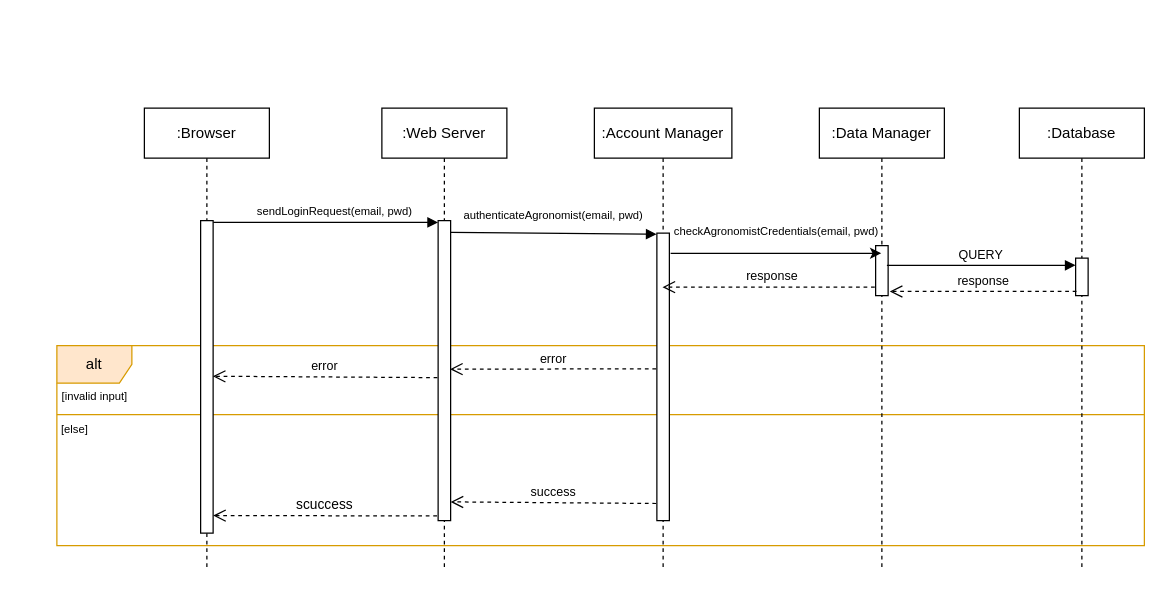
The draw.io diagram page "A-login" (11 of 18) of DD/UML/Runtime.drawio in ictar/DREAM-SE2-Project-2022, before the edit. Source tidied: cells renumbered, new cells numbered last; positions are measured from the earlier drawing's top-left corner, leaving out a move shared by most shapes. Both pictures are drawn from the tidied source at 125%, with x=0, y=0 at pixel (21, 108).
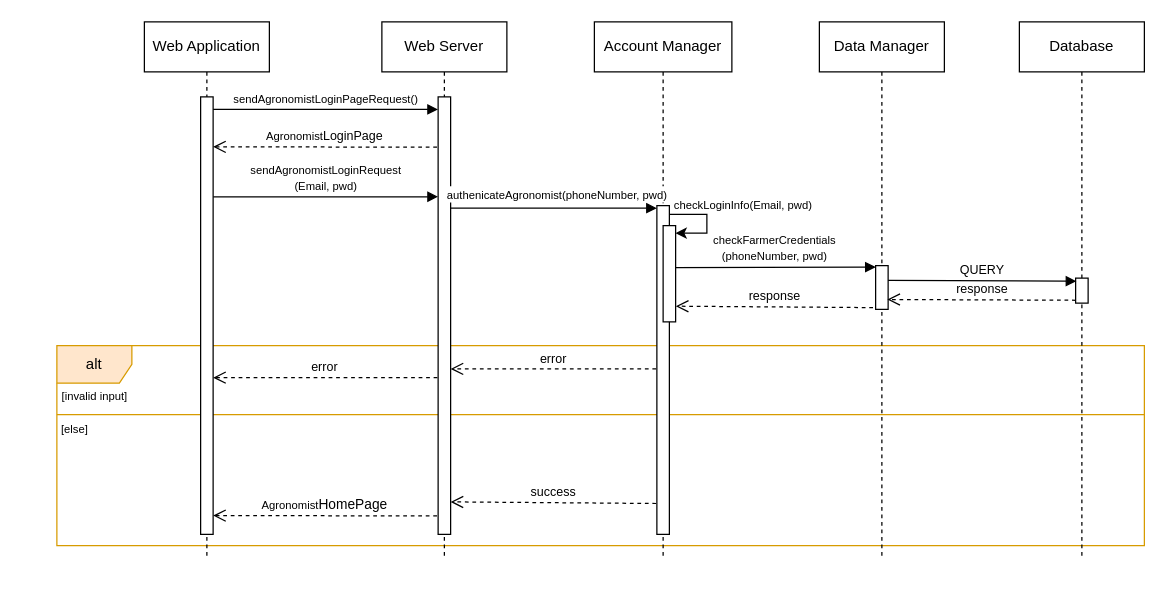
Above is the later version.

What changed in the source:
```diff
@@
-    <mxCell id="4" value=":Browser" style="shape=umlLifeline;perimeter=lifelinePerimeter;whiteSpace=wrap;html=1;" parent="1" vertex="1">
-      <mxGeometry x="98" width="100" height="370" as="geometry" />
-    </mxCell>
-    <mxCell id="5" value=":Web Server" style="shape=umlLifeline;perimeter=lifelinePerimeter;whiteSpace=wrap;html=1;" parent="1" vertex="1">
-      <mxGeometry x="288" width="100" height="370" as="geometry" />
-    </mxCell>
-    <mxCell id="6" style="html=1;points=[];perimeter=orthogonalPerimeter;" parent="5" vertex="1">
-      <mxGeometry x="45" y="90" width="10" height="240" as="geometry" />
-    </mxCell>
-    <mxCell id="7" value="&lt;font style=&quot;font-size: 9px&quot;&gt;sendLoginRequest(&lt;span class=&quot;NormalTextRun SCXW121076828 BCX0&quot; style=&quot;margin: 0px ; padding: 0px ; font-family: &amp;#34;dengxian&amp;#34; , &amp;#34;dengxian_embeddedfont&amp;#34; , &amp;#34;dengxian_msfontservice&amp;#34; , sans-serif ; text-align: left&quot;&gt;email,&amp;nbsp;&lt;/span&gt;&lt;span class=&quot;NormalTextRun SpellingErrorV2 SCXW121076828 BCX0 DefaultHighlightTransition&quot; style=&quot;margin: 0px ; padding: 0px ; transition: all 0.1s linear 0s ; background-repeat: repeat-x ; background-position: left bottom ; border-bottom: 1px solid transparent ; font-family: &amp;#34;dengxian&amp;#34; , &amp;#34;dengxian_embeddedfont&amp;#34; , &amp;#34;dengxian_msfontservice&amp;#34; , sans-serif ; text-align: left&quot;&gt;pwd&lt;/span&gt;)&lt;/font&gt;" style="html=1;verticalAlign=bottom;endArrow=block;rounded=0;entryX=-0.005;entryY=0.006;entryDx=0;entryDy=0;entryPerimeter=0;" parent="1" edge="1" source="9" target="6">
-      <mxGeometry x="0.08" relative="1" as="geometry" />
-    </mxCell>
-    <mxCell id="8" value="scuccess" style="html=1;verticalAlign=bottom;endArrow=open;dashed=1;endSize=8;exitX=-0.09;exitY=0.822;rounded=0;exitDx=0;exitDy=0;exitPerimeter=0;" parent="1" edge="1">
-      <mxGeometry relative="1" as="geometry">
-        <mxPoint x="332.1" y="326.2" as="sourcePoint" />
-        <mxPoint x="153" y="326" as="targetPoint" />
-      </mxGeometry>
-    </mxCell>
-    <mxCell id="9" style="html=1;points=[];perimeter=orthogonalPerimeter;" parent="1" vertex="1">
-      <mxGeometry x="143" y="90" width="10" height="250" as="geometry" />
-    </mxCell>
+    <mxCell id="28" value="Web Application" style="shape=umlLifeline;perimeter=lifelinePerimeter;whiteSpace=wrap;html=1;" parent="1" vertex="1">
+      <mxGeometry x="98" y="-69" width="100" height="430" as="geometry" />
+    </mxCell>
+    <mxCell id="29" value="Web Server" style="shape=umlLifeline;perimeter=lifelinePerimeter;whiteSpace=wrap;html=1;" parent="1" vertex="1">
+      <mxGeometry x="288" y="-69" width="100" height="430" as="geometry" />
+    </mxCell>
+    <mxCell id="30" style="html=1;points=[];perimeter=orthogonalPerimeter;" parent="29" vertex="1">
+      <mxGeometry x="45" y="60" width="10" height="350" as="geometry" />
+    </mxCell>
+    <mxCell id="31" value="&lt;font style=&quot;font-size: 9px&quot;&gt;send&lt;span&gt;Agronomist&lt;/span&gt;LoginRequest&lt;br&gt;(Email, pwd)&lt;/font&gt;" style="html=1;verticalAlign=bottom;endArrow=block;rounded=0;entryX=-0.005;entryY=0.006;entryDx=0;entryDy=0;entryPerimeter=0;" parent="1" edge="1">
+      <mxGeometry relative="1" as="geometry">
+        <mxPoint x="153" y="70.9" as="sourcePoint" />
+        <mxPoint x="332.9" y="70.9" as="targetPoint" />
+      </mxGeometry>
+    </mxCell>
+    <mxCell id="32" value="&lt;span style=&quot;font-size: 9px&quot;&gt;Agronomist&lt;/span&gt;HomePage" style="html=1;verticalAlign=bottom;endArrow=open;dashed=1;endSize=8;exitX=-0.09;exitY=0.822;rounded=0;exitDx=0;exitDy=0;exitPerimeter=0;" parent="1" edge="1">
+      <mxGeometry relative="1" as="geometry">
+        <mxPoint x="332.1" y="326.2" as="sourcePoint" />
+        <mxPoint x="153" y="326" as="targetPoint" />
+      </mxGeometry>
+    </mxCell>
+    <mxCell id="33" style="html=1;perimeter=orthogonalPerimeter;" parent="1" vertex="1">
+      <mxGeometry x="143" y="-9" width="10" height="350" as="geometry" />
+    </mxCell>
@@
-    <mxCell id="11" value=":Account Manager" style="shape=umlLifeline;perimeter=lifelinePerimeter;whiteSpace=wrap;html=1;outlineConnect=0;" parent="1" vertex="1">
-      <mxGeometry x="458" width="110" height="370" as="geometry" />
-    </mxCell>
-    <mxCell id="12" style="html=1;points=[];perimeter=orthogonalPerimeter;" parent="11" vertex="1">
-      <mxGeometry x="50" y="100" width="10" height="230" as="geometry" />
-    </mxCell>
-    <mxCell id="13" value=":Data Manager" style="shape=umlLifeline;perimeter=lifelinePerimeter;whiteSpace=wrap;html=1;outlineConnect=0;" parent="1" vertex="1">
-      <mxGeometry x="638" width="100" height="370" as="geometry" />
-    </mxCell>
-    <mxCell id="14" style="html=1;points=[];perimeter=orthogonalPerimeter;" parent="13" vertex="1">
-      <mxGeometry x="45" y="110" width="10" height="40" as="geometry" />
-    </mxCell>
-    <mxCell id="15" value=":Database" style="shape=umlLifeline;perimeter=lifelinePerimeter;whiteSpace=wrap;html=1;" parent="1" vertex="1">
-      <mxGeometry x="798" width="100" height="370" as="geometry" />
-    </mxCell>
-    <mxCell id="16" style="html=1;points=[];perimeter=orthogonalPerimeter;" parent="15" vertex="1">
-      <mxGeometry x="45" y="120" width="10" height="30" as="geometry" />
-    </mxCell>
-    <mxCell id="17" style="html=1;verticalAlign=bottom;endArrow=block;rounded=0;entryX=-0.021;entryY=0.004;entryDx=0;entryDy=0;entryPerimeter=0;exitX=0.997;exitY=0.039;exitDx=0;exitDy=0;exitPerimeter=0;" parent="1" edge="1" source="6" target="12">
-      <mxGeometry x="-0.21" y="10" relative="1" as="geometry" />
-    </mxCell>
-    <mxCell id="18" value="&lt;span style=&quot;color: rgb(0 , 0 , 0) ; font-family: &amp;#34;helvetica&amp;#34; ; font-style: normal ; font-weight: 400 ; letter-spacing: normal ; text-align: center ; text-indent: 0px ; text-transform: none ; word-spacing: 0px ; background-color: rgb(255 , 255 , 255) ; display: inline ; float: none&quot;&gt;&lt;font style=&quot;font-size: 9px&quot;&gt;checkAgronomistCredentials(&lt;span class=&quot;NormalTextRun SCXW121076828 BCX0&quot; style=&quot;margin: 0px ; padding: 0px ; font-family: &amp;#34;dengxian&amp;#34; , &amp;#34;dengxian_embeddedfont&amp;#34; , &amp;#34;dengxian_msfontservice&amp;#34; , sans-serif ; text-align: left&quot;&gt;email,&amp;nbsp;&lt;/span&gt;&lt;span class=&quot;NormalTextRun SpellingErrorV2 SCXW121076828 BCX0 DefaultHighlightTransition&quot; style=&quot;margin: 0px ; padding: 0px ; transition: all 0.1s linear 0s ; background-repeat: repeat-x ; background-position: left bottom ; border-bottom: 1px solid transparent ; font-family: &amp;#34;dengxian&amp;#34; , &amp;#34;dengxian_embeddedfont&amp;#34; , &amp;#34;dengxian_msfontservice&amp;#34; , sans-serif ; text-align: left&quot;&gt;pwd&lt;/span&gt;&lt;span class=&quot;NormalTextRun SCXW121076828 BCX0&quot; style=&quot;margin: 0px ; padding: 0px ; font-family: &amp;#34;dengxian&amp;#34; , &amp;#34;dengxian_embeddedfont&amp;#34; , &amp;#34;dengxian_msfontservice&amp;#34; , sans-serif ; text-align: left&quot;&gt;)&lt;/span&gt;&lt;/font&gt;&lt;/span&gt;" style="text;whiteSpace=wrap;html=1;fontSize=9;" parent="1" vertex="1">
-      <mxGeometry x="520" y="87" width="168" height="20" as="geometry" />
-    </mxCell>
-    <mxCell id="19" value="&lt;font style=&quot;font-size: 10px&quot;&gt;response&lt;/font&gt;" style="html=1;verticalAlign=bottom;endArrow=open;dashed=1;endSize=8;rounded=0;entryX=1.133;entryY=0.917;entryDx=0;entryDy=0;entryPerimeter=0;exitX=0.067;exitY=0.889;exitDx=0;exitDy=0;exitPerimeter=0;" parent="1" edge="1" source="16" target="14">
-      <mxGeometry relative="1" as="geometry" />
-    </mxCell>
-    <mxCell id="20" value="&lt;font style=&quot;font-size: 10px&quot;&gt;response&lt;/font&gt;" style="html=1;verticalAlign=bottom;endArrow=open;dashed=1;endSize=8;rounded=0;exitX=-0.067;exitY=0.831;exitDx=0;exitDy=0;exitPerimeter=0;" parent="1" edge="1" source="14" target="11">
-      <mxGeometry x="-0.03" relative="1" as="geometry" />
-    </mxCell>
-    <mxCell id="21" value="&lt;font style=&quot;font-size: 10px&quot;&gt;error&lt;/font&gt;" style="html=1;verticalAlign=bottom;endArrow=open;dashed=1;endSize=8;rounded=0;exitX=-0.067;exitY=0.831;exitDx=0;exitDy=0;exitPerimeter=0;entryX=0.953;entryY=0.495;entryDx=0;entryDy=0;entryPerimeter=0;" parent="1" edge="1" target="6">
-      <mxGeometry relative="1" as="geometry">
-        <mxPoint x="507.4" y="208.6" as="sourcePoint" />
-      </mxGeometry>
-    </mxCell>
-    <mxCell id="22" value="&lt;font style=&quot;font-size: 10px&quot;&gt;error&lt;/font&gt;" style="html=1;verticalAlign=bottom;endArrow=open;dashed=1;endSize=8;rounded=0;exitX=-0.067;exitY=0.831;exitDx=0;exitDy=0;exitPerimeter=0;entryX=0.976;entryY=0.498;entryDx=0;entryDy=0;entryPerimeter=0;" parent="1" edge="1" target="9">
-      <mxGeometry relative="1" as="geometry">
-        <mxPoint x="332.4" y="215.6" as="sourcePoint" />
-      </mxGeometry>
-    </mxCell>
+    <mxCell id="34" value="Account Manager" style="shape=umlLifeline;perimeter=lifelinePerimeter;whiteSpace=wrap;html=1;" parent="1" vertex="1">
+      <mxGeometry x="458" y="-69" width="110" height="430" as="geometry" />
+    </mxCell>
+    <mxCell id="35" style="html=1;perimeter=orthogonalPerimeter;" parent="34" vertex="1">
+      <mxGeometry x="50" y="147" width="10" height="263" as="geometry" />
+    </mxCell>
+    <mxCell id="36" value="Data Manager" style="shape=umlLifeline;perimeter=lifelinePerimeter;whiteSpace=wrap;html=1;" parent="1" vertex="1">
+      <mxGeometry x="638" y="-69" width="100" height="430" as="geometry" />
+    </mxCell>
+    <mxCell id="37" style="html=1;points=[];perimeter=orthogonalPerimeter;" parent="36" vertex="1">
+      <mxGeometry x="45" y="195" width="10" height="35" as="geometry" />
+    </mxCell>
+    <mxCell id="38" value="Database" style="shape=umlLifeline;perimeter=lifelinePerimeter;whiteSpace=wrap;html=1;" parent="1" vertex="1">
+      <mxGeometry x="798" y="-69" width="100" height="430" as="geometry" />
+    </mxCell>
+    <mxCell id="39" style="html=1;points=[];perimeter=orthogonalPerimeter;" parent="38" vertex="1">
+      <mxGeometry x="45" y="205" width="10" height="20" as="geometry" />
+    </mxCell>
+    <mxCell id="40" value="&lt;font style=&quot;font-size: 9px&quot;&gt;&lt;font style=&quot;font-size: 9px&quot;&gt;authenicate&lt;span&gt;Agronomist&lt;/span&gt;(phoneNumber, pwd&lt;/font&gt;&lt;font style=&quot;font-size: 9px&quot;&gt;)&lt;/font&gt;&lt;/font&gt;" style="html=1;verticalAlign=bottom;endArrow=block;rounded=0;" parent="1" edge="1" source="30">
+      <mxGeometry x="0.03" y="2" relative="1" as="geometry">
+        <mxPoint x="508" y="80" as="targetPoint" />
+      </mxGeometry>
+    </mxCell>
+    <mxCell id="41" value="&lt;span style=&quot;font-family: &amp;#34;helvetica&amp;#34; ; font-size: 9px&quot;&gt;checkFarmer&lt;/span&gt;&lt;span style=&quot;font-family: &amp;#34;helvetica&amp;#34; ; font-size: 9px&quot;&gt;Credentials&lt;/span&gt;&lt;span style=&quot;font-family: &amp;#34;helvetica&amp;#34; ; font-size: 9px&quot;&gt;&lt;br&gt;(&lt;/span&gt;&lt;span style=&quot;font-family: &amp;#34;helvetica&amp;#34; ; font-size: 9px&quot;&gt;phoneNumber, pwd&lt;/span&gt;&lt;span style=&quot;font-family: &amp;#34;helvetica&amp;#34; ; font-size: 9px&quot;&gt;)&lt;/span&gt;" style="html=1;verticalAlign=bottom;endArrow=block;rounded=0;entryX=0.011;entryY=0.033;entryDx=0;entryDy=0;entryPerimeter=0;exitX=0.944;exitY=0.436;exitDx=0;exitDy=0;exitPerimeter=0;" parent="1" edge="1" source="50" target="37">
+      <mxGeometry relative="1" as="geometry" />
+    </mxCell>
+    <mxCell id="42" value="&lt;font style=&quot;font-size: 10px&quot;&gt;response&lt;/font&gt;" style="html=1;verticalAlign=bottom;endArrow=open;dashed=1;endSize=8;rounded=0;entryX=0.94;entryY=0.804;entryDx=0;entryDy=0;entryPerimeter=0;exitX=0.01;exitY=0.937;exitDx=0;exitDy=0;exitPerimeter=0;" parent="1" edge="1">
+      <mxGeometry relative="1" as="geometry">
+        <mxPoint x="843.1" y="153.7" as="sourcePoint" />
+        <mxPoint x="692.4" y="153.1" as="targetPoint" />
+      </mxGeometry>
+    </mxCell>
+    <mxCell id="43" value="&lt;font style=&quot;font-size: 10px&quot;&gt;response&lt;/font&gt;" style="html=1;verticalAlign=bottom;endArrow=open;dashed=1;endSize=8;rounded=0;exitX=-0.211;exitY=0.887;exitDx=0;exitDy=0;exitPerimeter=0;entryX=1.019;entryY=0.837;entryDx=0;entryDy=0;entryPerimeter=0;" parent="1" edge="1" target="50">
+      <mxGeometry relative="1" as="geometry">
+        <mxPoint x="680.9" y="159.6" as="sourcePoint" />
+      </mxGeometry>
+    </mxCell>
+    <mxCell id="44" value="&lt;font style=&quot;font-size: 10px&quot;&gt;error&lt;/font&gt;" style="html=1;verticalAlign=bottom;endArrow=open;dashed=1;endSize=8;rounded=0;exitX=-0.067;exitY=0.831;exitDx=0;exitDy=0;exitPerimeter=0;" parent="1" edge="1">
+      <mxGeometry relative="1" as="geometry">
+        <mxPoint x="507.4" y="208.6" as="sourcePoint" />
+        <mxPoint x="343" y="208.6" as="targetPoint" />
+      </mxGeometry>
+    </mxCell>
+    <mxCell id="45" value="&lt;font style=&quot;font-size: 10px&quot;&gt;error&lt;/font&gt;" style="html=1;verticalAlign=bottom;endArrow=open;dashed=1;endSize=8;rounded=0;exitX=-0.067;exitY=0.831;exitDx=0;exitDy=0;exitPerimeter=0;" parent="1" edge="1">
+      <mxGeometry relative="1" as="geometry">
+        <mxPoint x="332.4" y="215.6" as="sourcePoint" />
+        <mxPoint x="153" y="215.6" as="targetPoint" />
+      </mxGeometry>
+    </mxCell>
@@
-    <mxCell id="25" value="&lt;font style=&quot;font-size: 9px&quot;&gt;&lt;span class=&quot;NormalTextRun SpellingErrorV2 SCXW121076828 BCX0&quot; style=&quot;margin: 0px ; padding: 0px ; background-repeat: repeat-x ; background-position: left bottom ; border-bottom: 1px solid transparent ; font-family: &amp;#34;dengxian&amp;#34; , &amp;#34;dengxian_embeddedfont&amp;#34; , &amp;#34;dengxian_msfontservice&amp;#34; , sans-serif ; text-align: left ; background-color: rgb(255 , 255 , 255)&quot;&gt;authenticateAgronomist&lt;/span&gt;&lt;span class=&quot;NormalTextRun SCXW121076828 BCX0&quot; style=&quot;margin: 0px ; padding: 0px ; font-family: &amp;#34;dengxian&amp;#34; , &amp;#34;dengxian_embeddedfont&amp;#34; , &amp;#34;dengxian_msfontservice&amp;#34; , sans-serif ; text-align: left ; background-color: rgb(255 , 255 , 255)&quot;&gt;(email,&amp;nbsp;&lt;/span&gt;&lt;span class=&quot;NormalTextRun SpellingErrorV2 SCXW121076828 BCX0 DefaultHighlightTransition&quot; style=&quot;margin: 0px ; padding: 0px ; transition: all 0.1s linear 0s ; background-repeat: repeat-x ; background-position: left bottom ; border-bottom: 1px solid transparent ; font-family: &amp;#34;dengxian&amp;#34; , &amp;#34;dengxian_embeddedfont&amp;#34; , &amp;#34;dengxian_msfontservice&amp;#34; , sans-serif ; text-align: left ; background-color: rgb(255 , 255 , 255)&quot;&gt;pwd&lt;/span&gt;&lt;span class=&quot;NormalTextRun SCXW121076828 BCX0&quot; style=&quot;margin: 0px ; padding: 0px ; font-family: &amp;#34;dengxian&amp;#34; , &amp;#34;dengxian_embeddedfont&amp;#34; , &amp;#34;dengxian_msfontservice&amp;#34; , sans-serif ; text-align: left ; background-color: rgb(255 , 255 , 255)&quot;&gt;)&lt;/span&gt;&lt;/font&gt;" style="text;html=1;strokeColor=none;fillColor=none;align=center;verticalAlign=middle;whiteSpace=wrap;rounded=0;" parent="1" vertex="1">
-      <mxGeometry x="351.5" y="70" width="146.5" height="30" as="geometry" />
-    </mxCell>
-    <mxCell id="26" style="endArrow=classic;html=1;rounded=0;fontFamily=Helvetica;fontSize=9;fontColor=#000000;exitX=1.1;exitY=0.07;exitDx=0;exitDy=0;exitPerimeter=0;" parent="1" edge="1" source="12" target="13">
-      <mxGeometry relative="1" as="geometry" />
-    </mxCell>
-    <mxCell id="27" value="&lt;font size=&quot;1&quot;&gt;QUERY&lt;/font&gt;" style="html=1;verticalAlign=bottom;endArrow=block;rounded=0;exitX=0.903;exitY=0.393;exitDx=0;exitDy=0;exitPerimeter=0;" parent="1" edge="1" source="14" target="16">
+    <mxCell id="27" value="&lt;font size=&quot;1&quot;&gt;QUERY&lt;/font&gt;" style="html=1;verticalAlign=bottom;endArrow=block;rounded=0;exitX=1.002;exitY=0.337;exitDx=0;exitDy=0;exitPerimeter=0;entryX=0.06;entryY=0.12;entryDx=0;entryDy=0;entryPerimeter=0;" parent="1" edge="1" source="37" target="39">
       <mxGeometry relative="1" as="geometry" />
     </mxCell>
+    <mxCell id="46" value="&lt;font style=&quot;font-size: 9px&quot;&gt;send&lt;span&gt;Agronomist&lt;/span&gt;LoginPageRequest()&lt;/font&gt;" style="html=1;verticalAlign=bottom;endArrow=block;rounded=0;entryX=-0.005;entryY=0.006;entryDx=0;entryDy=0;entryPerimeter=0;" parent="1" edge="1">
+      <mxGeometry relative="1" as="geometry">
+        <mxPoint x="153" y="1" as="sourcePoint" />
+        <mxPoint x="332.9" y="1" as="targetPoint" />
+      </mxGeometry>
+    </mxCell>
+    <mxCell id="47" value="&lt;font style=&quot;font-size: 10px&quot;&gt;&lt;span style=&quot;font-size: 9px&quot;&gt;Agronomist&lt;/span&gt;LoginPage&lt;/font&gt;" style="html=1;verticalAlign=bottom;endArrow=open;dashed=1;endSize=8;exitX=-0.09;exitY=0.822;rounded=0;exitDx=0;exitDy=0;exitPerimeter=0;" parent="1" edge="1">
+      <mxGeometry relative="1" as="geometry">
+        <mxPoint x="332.1" y="31.2" as="sourcePoint" />
+        <mxPoint x="153" y="31" as="targetPoint" />
+      </mxGeometry>
+    </mxCell>
+    <mxCell id="48" value="&lt;span style=&quot;color: rgb(0 , 0 , 0) ; font-family: &amp;#34;helvetica&amp;#34; ; font-style: normal ; font-weight: 400 ; letter-spacing: normal ; text-align: center ; text-indent: 0px ; text-transform: none ; word-spacing: 0px ; background-color: rgb(255 , 255 , 255) ; display: inline ; float: none&quot;&gt;&lt;font style=&quot;font-size: 9px&quot;&gt;checkLoginInfo(Email&lt;span style=&quot;font-family: &amp;#34;helvetica&amp;#34;&quot;&gt;, pwd&lt;/span&gt;)&lt;/font&gt;&lt;/span&gt;" style="text;whiteSpace=wrap;html=1;fontSize=9;" parent="1" vertex="1">
+      <mxGeometry x="520" y="66" width="158" height="20" as="geometry" />
+    </mxCell>
+    <mxCell id="49" style="endArrow=classic;html=1;rounded=0;fontSize=9;edgeStyle=orthogonalEdgeStyle;endFill=1;" parent="1" edge="1">
+      <mxGeometry relative="1" as="geometry">
+        <mxPoint x="518" y="85" as="sourcePoint" />
+        <mxPoint x="523" y="100" as="targetPoint" />
+        <Array as="points">
+          <mxPoint x="548" y="85" />
+          <mxPoint x="548" y="100" />
+        </Array>
+      </mxGeometry>
+    </mxCell>
+    <mxCell id="50" style="html=1;points=[];perimeter=orthogonalPerimeter;" parent="1" vertex="1">
+      <mxGeometry x="513" y="94" width="10" height="77" as="geometry" />
+    </mxCell>
```
